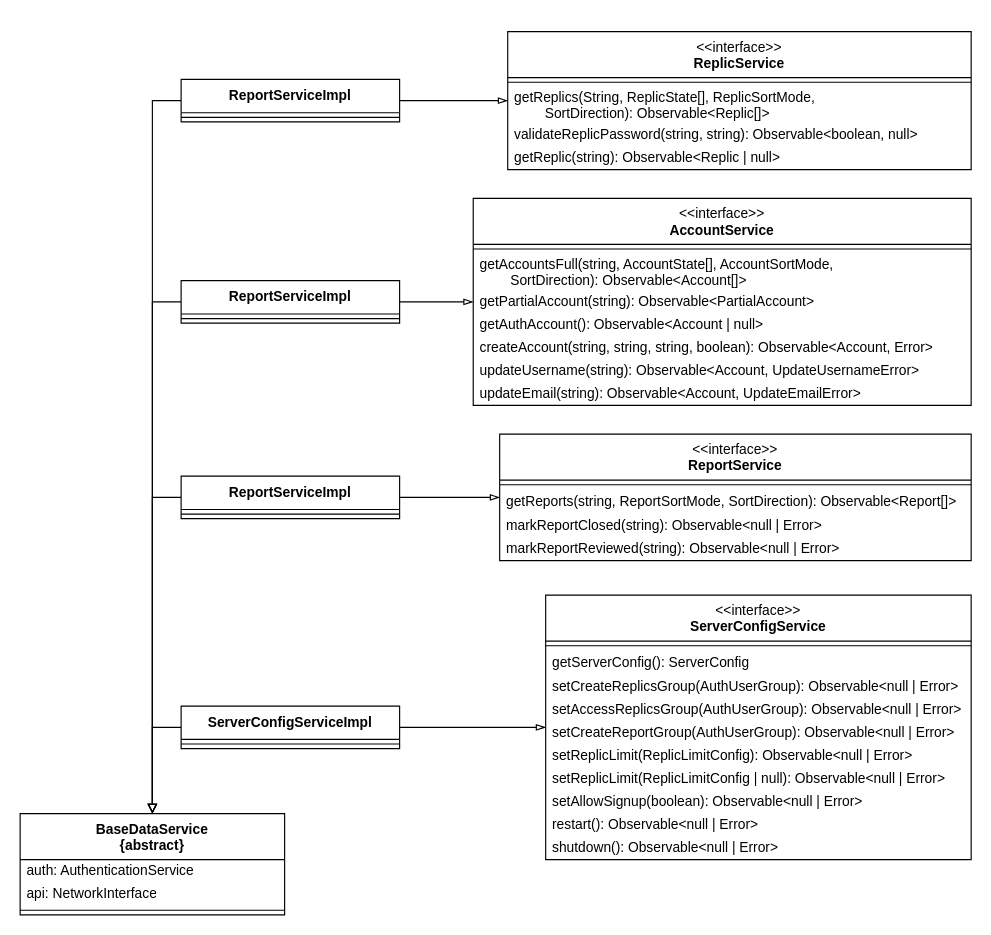
The draw.io diagram content/drawio/class/client/common-data-services-p.drawio in replic-read/design, before the edit. Source tidied: cells renumbered, new cells numbered last; positions are measured from the earlier drawing's top-left corner, leaving out a move shared by most shapes. Both pictures are drawn from the tidied source at 115%, with x=0, y=0 at pixel (20, 31).
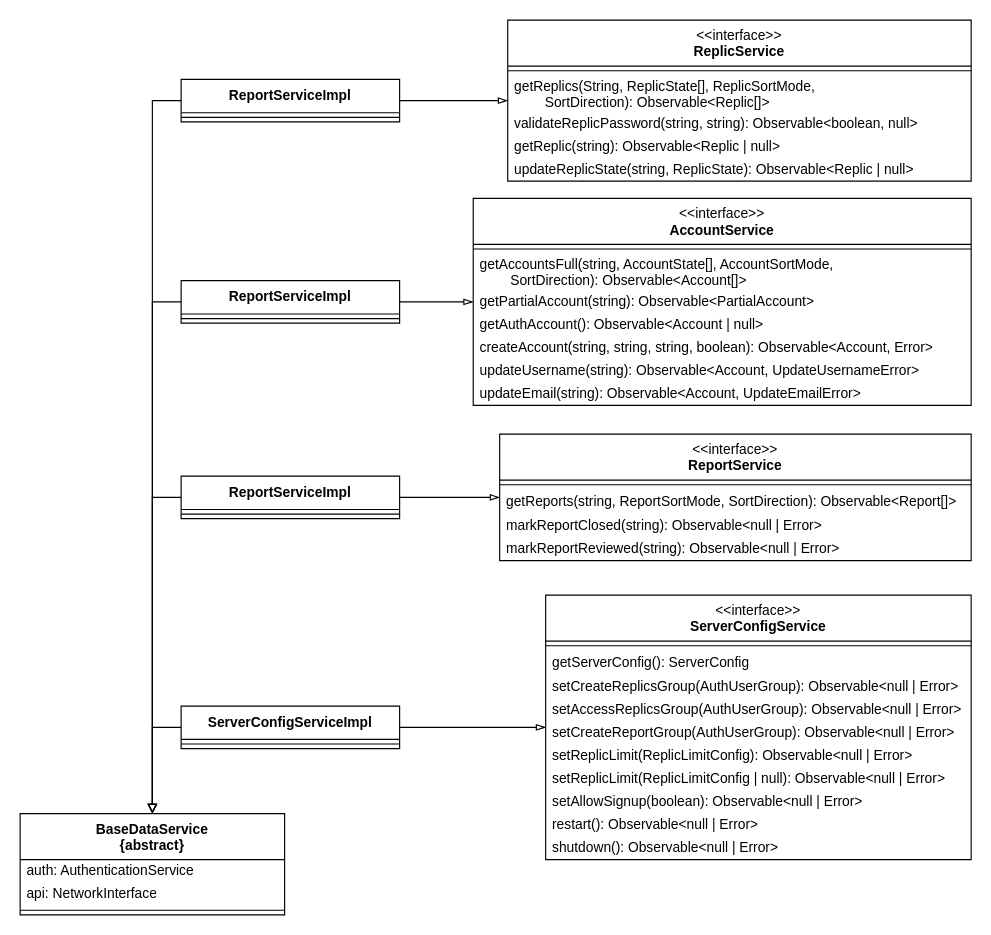
The same diagram, later.

What changed in the source:
```diff
@@
     <mxCell id="2" value="&amp;lt;&amp;lt;interface&amp;gt;&amp;gt;&lt;br&gt;&lt;b&gt;ReplicService&lt;/b&gt;&lt;div&gt;&lt;br/&gt;&lt;/div&gt;" style="swimlane;fontStyle=0;align=center;verticalAlign=top;horizontal=1;startSize=40;html=1;whiteSpace=wrap;" parent="1" vertex="1">
-      <mxGeometry x="424" width="403" height="120" as="geometry" />
+      <mxGeometry x="424" y="-10" width="403" height="140" as="geometry" />
     </mxCell>
@@
+    <mxCell id="51" value="updateReplicState(string, ReplicState): Observable&amp;lt;Replic | null&amp;gt;" style="text;html=1;strokeColor=none;fillColor=none;align=left;verticalAlign=middle;spacingLeft=4;spacingRight=4;overflow=hidden;whiteSpace=wrap;" parent="2" vertex="1">
+      <mxGeometry y="120" width="403" height="20" as="geometry" />
+    </mxCell>
```
